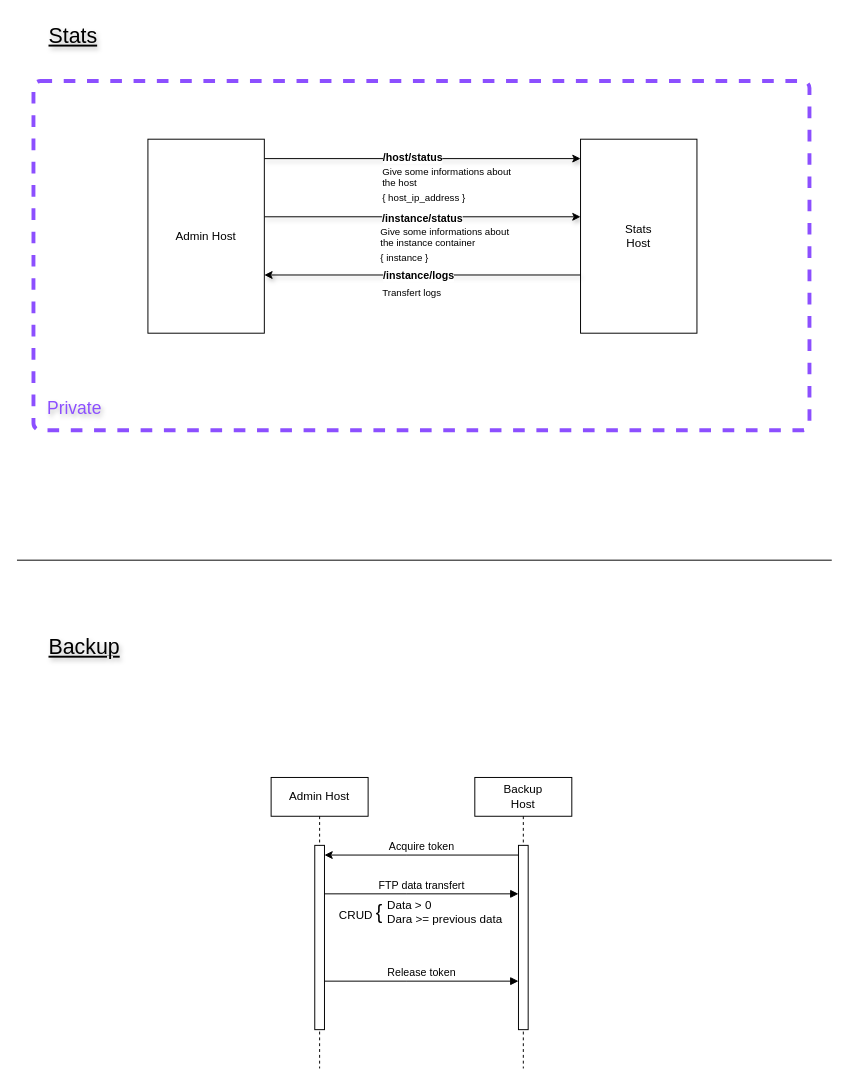
The draw.io diagram doc/Admin.drawio in yesbabylon/b2, before the edit. Source tidied: cells renumbered, new cells numbered last; positions are measured from the earlier drawing's top-left corner, leaving out a move shared by most shapes. Both pictures are drawn from the tidied source at 97%, with x=0, y=0 at pixel (16, 16).
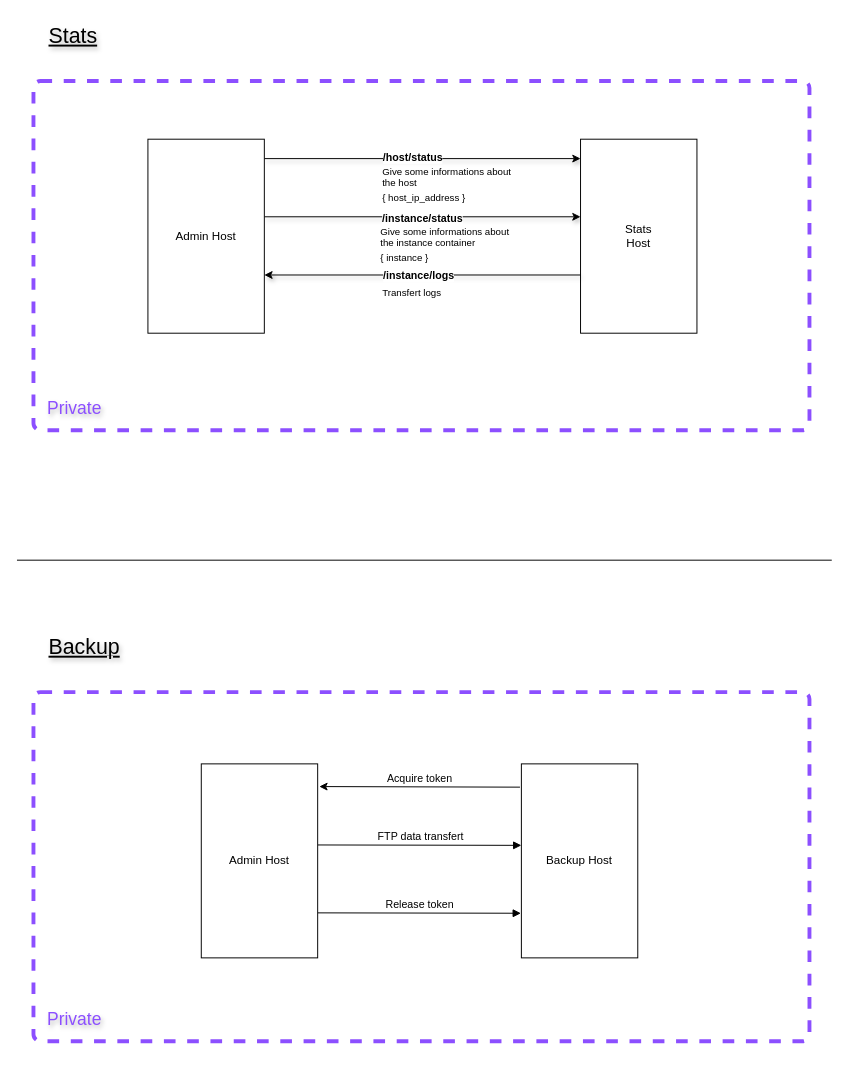
The same diagram, later.

Commit message (it also covers changes not shown here):
Added admin chart

Change to the diagram source:
```diff
@@
+    <mxCell id="29" style="rounded=1;whiteSpace=wrap;html=1;fillColor=none;dashed=1;strokeWidth=4;strokeColor=#8C4FFF;arcSize=2;" parent="1" vertex="1">
+      <mxGeometry x="17" y="696" width="800" height="360" as="geometry" />
+    </mxCell>
@@
-    <mxCell id="18" value="Admin Host" style="shape=umlLifeline;perimeter=lifelinePerimeter;whiteSpace=wrap;html=1;outlineConnect=0;portConstraint=eastwest;newEdgeStyle={&quot;edgeStyle&quot;:&quot;elbowEdgeStyle&quot;,&quot;elbow&quot;:&quot;vertical&quot;,&quot;curved&quot;:0,&quot;rounded&quot;:0};" parent="1" vertex="1">
-      <mxGeometry x="262" y="784" width="100" height="300" as="geometry" />
-    </mxCell>
-    <mxCell id="19" style="html=1;points=[];perimeter=orthogonalPerimeter;outlineConnect=0;targetShapes=umlLifeline;portConstraint=eastwest;newEdgeStyle={&quot;edgeStyle&quot;:&quot;elbowEdgeStyle&quot;,&quot;elbow&quot;:&quot;vertical&quot;,&quot;curved&quot;:0,&quot;rounded&quot;:0};" parent="18" vertex="1">
-      <mxGeometry x="45" y="70" width="10" height="190" as="geometry" />
-    </mxCell>
-    <mxCell id="20" value="Backup&lt;br&gt;Host" style="shape=umlLifeline;perimeter=lifelinePerimeter;whiteSpace=wrap;html=1;outlineConnect=0;portConstraint=eastwest;newEdgeStyle={&quot;edgeStyle&quot;:&quot;elbowEdgeStyle&quot;,&quot;elbow&quot;:&quot;vertical&quot;,&quot;curved&quot;:0,&quot;rounded&quot;:0};" parent="1" vertex="1">
-      <mxGeometry x="472" y="784" width="100" height="300" as="geometry" />
-    </mxCell>
-    <mxCell id="21" style="html=1;points=[];perimeter=orthogonalPerimeter;outlineConnect=0;targetShapes=umlLifeline;portConstraint=eastwest;newEdgeStyle={&quot;edgeStyle&quot;:&quot;elbowEdgeStyle&quot;,&quot;elbow&quot;:&quot;vertical&quot;,&quot;curved&quot;:0,&quot;rounded&quot;:0};" parent="20" vertex="1">
-      <mxGeometry x="45" y="70" width="10" height="190" as="geometry" />
-    </mxCell>
-    <mxCell id="22" value="Acquire token" style="html=1;verticalAlign=bottom;endArrow=none;edgeStyle=elbowEdgeStyle;elbow=vertical;curved=0;rounded=0;startArrow=classic;startFill=1;endFill=0;" parent="1" edge="1" source="19" target="21">
+    <mxCell id="22" value="Acquire token" style="html=1;verticalAlign=bottom;endArrow=none;edgeStyle=elbowEdgeStyle;elbow=vertical;curved=0;rounded=0;startArrow=classic;startFill=1;endFill=0;exitX=1.014;exitY=0.117;exitDx=0;exitDy=0;exitPerimeter=0;entryX=-0.012;entryY=0.116;entryDx=0;entryDy=0;entryPerimeter=0;" parent="1" edge="1" source="18" target="20">
       <mxGeometry relative="1" as="geometry">
         <Array as="points">
-          <mxPoint x="402" y="864" />
+          <mxPoint x="402" y="794" />
         </Array>
       </mxGeometry>
     </mxCell>
-    <mxCell id="23" value="FTP data transfert" style="html=1;verticalAlign=bottom;endArrow=block;edgeStyle=elbowEdgeStyle;elbow=vertical;curved=0;rounded=0;" parent="1" edge="1" target="21">
+    <mxCell id="23" value="FTP data transfert" style="html=1;verticalAlign=bottom;endArrow=block;edgeStyle=elbowEdgeStyle;elbow=vertical;curved=0;rounded=0;entryX=0;entryY=0.417;entryDx=0;entryDy=0;entryPerimeter=0;exitX=1;exitY=0.418;exitDx=0;exitDy=0;exitPerimeter=0;" parent="1" edge="1" source="18" target="20">
       <mxGeometry relative="1" as="geometry">
-        <mxPoint x="317" y="904" as="sourcePoint" />
         <Array as="points">
-          <mxPoint x="402" y="904" />
+          <mxPoint x="402" y="854" />
         </Array>
       </mxGeometry>
     </mxCell>
-    <mxCell id="24" value="CRUD &lt;font style=&quot;font-size: 20px;&quot;&gt;{&lt;/font&gt;" style="text;html=1;align=right;verticalAlign=middle;strokeColor=none;fillColor=none;" parent="1" vertex="1">
-      <mxGeometry x="308" y="902" width="70" height="40" as="geometry" />
-    </mxCell>
-    <mxCell id="25" value="Data &amp;gt; 0&lt;br&gt;&lt;div style=&quot;&quot;&gt;&lt;span style=&quot;background-color: initial;&quot;&gt;Dara &amp;gt;= previous data&lt;/span&gt;&lt;/div&gt;" style="text;html=1;align=left;verticalAlign=middle;strokeColor=none;fillColor=none;" parent="1" vertex="1">
-      <mxGeometry x="380" y="903" width="140" height="40" as="geometry" />
-    </mxCell>
-    <mxCell id="26" value="Release token" style="html=1;verticalAlign=bottom;endArrow=block;edgeStyle=elbowEdgeStyle;elbow=vertical;curved=0;rounded=0;" parent="1" edge="1" target="21">
+    <mxCell id="26" value="Release token" style="html=1;verticalAlign=bottom;endArrow=block;edgeStyle=elbowEdgeStyle;elbow=vertical;curved=0;rounded=0;exitX=1;exitY=0.768;exitDx=0;exitDy=0;exitPerimeter=0;entryX=-0.004;entryY=0.766;entryDx=0;entryDy=0;entryPerimeter=0;" parent="1" edge="1" source="18" target="20">
       <mxGeometry relative="1" as="geometry">
-        <mxPoint x="317" y="994" as="sourcePoint" />
         <Array as="points">
-          <mxPoint x="402" y="994" />
+          <mxPoint x="402" y="924" />
         </Array>
       </mxGeometry>
     </mxCell>
@@
+    <mxCell id="30" value="&lt;font color=&quot;#8c4fff&quot; style=&quot;font-size: 18px;&quot;&gt;Private&lt;/font&gt;" style="text;html=1;align=center;verticalAlign=middle;strokeColor=none;fillColor=none;textShadow=1;" parent="1" vertex="1">
+      <mxGeometry x="19" y="1014" width="80" height="40" as="geometry" />
+    </mxCell>
+    <mxCell id="18" value="Admin Host" style="whiteSpace=wrap;html=1;" parent="1" vertex="1">
+      <mxGeometry x="190" y="770" width="120" height="200" as="geometry" />
+    </mxCell>
+    <mxCell id="20" value="Backup Host" style="whiteSpace=wrap;html=1;" parent="1" vertex="1">
+      <mxGeometry x="520" y="770" width="120" height="200" as="geometry" />
+    </mxCell>
```
